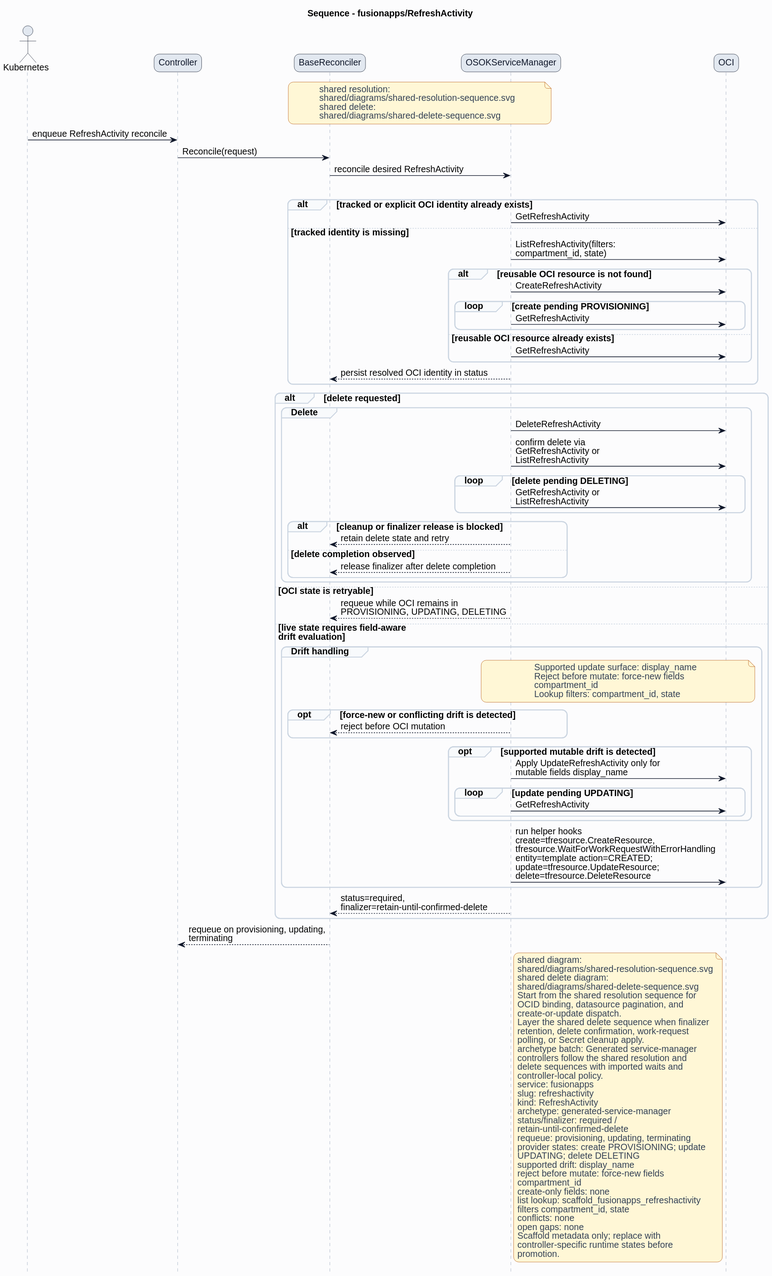
Before: formal/controllers/fusionapps/refreshactivity/diagrams/sequence.svg, a diagram exported from PlantUML (HaoyL666/oci-service-operator).
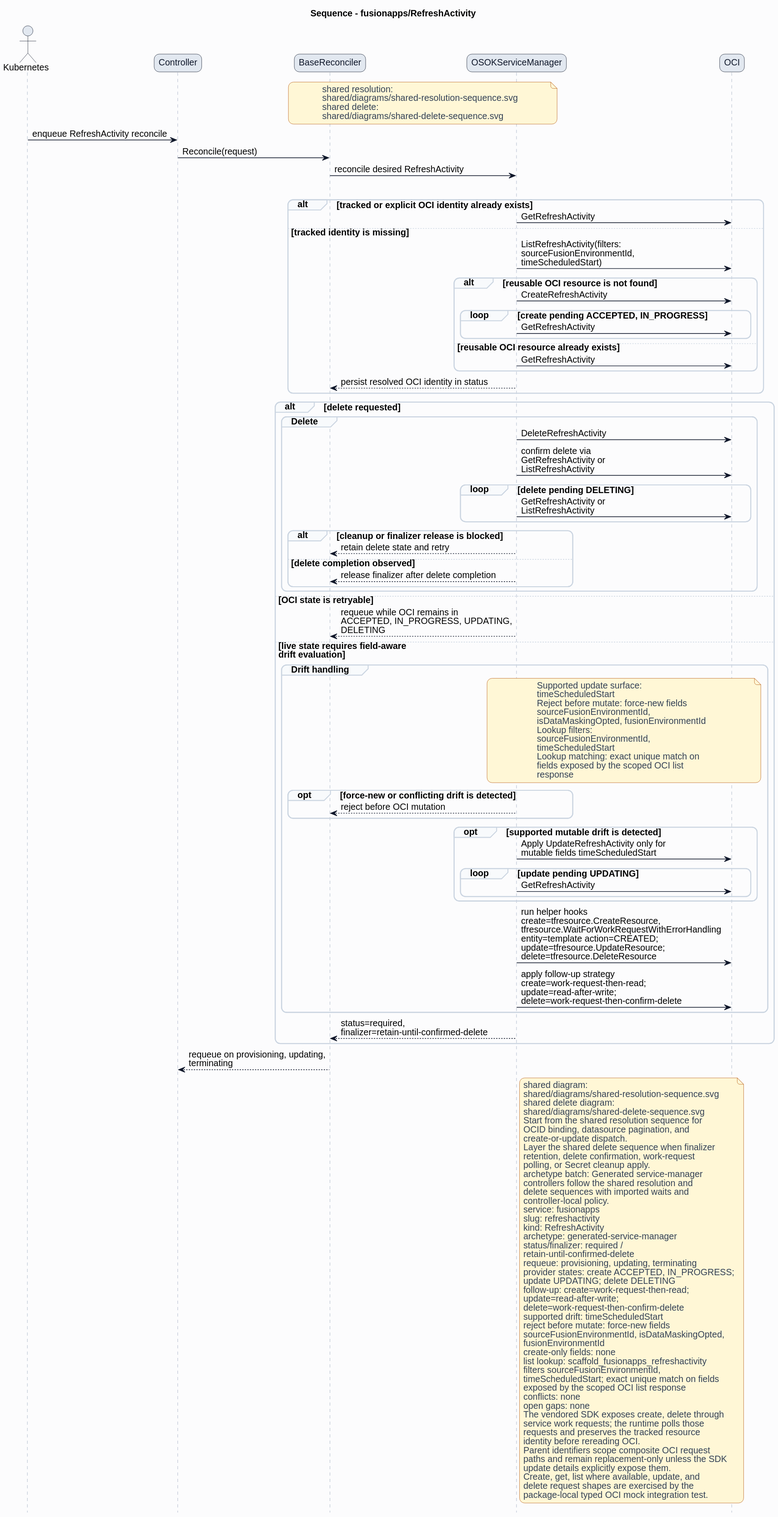
Later version of the same file.

Diff of the diagram source:
```diff
@@ -38,10 +38,10 @@
 alt tracked or explicit OCI identity already exists
 ServiceManager -> OCI: GetRefreshActivity
 else tracked identity is missing
-ServiceManager -> OCI: ListRefreshActivity(filters:\ncompartment_id, state)
+ServiceManager -> OCI: ListRefreshActivity(filters:\nsourceFusionEnvironmentId,\ntimeScheduledStart)
 alt reusable OCI resource is not found
 ServiceManager -> OCI: CreateRefreshActivity
-loop create pending PROVISIONING
+loop create pending ACCEPTED, IN_PROGRESS
 ServiceManager -> OCI: GetRefreshActivity
 end
 else reusable OCI resource already exists
@@ -63,25 +63,33 @@
 end
 end
 else OCI state is retryable
-ServiceManager --> BaseReconciler: requeue while OCI remains in\nPROVISIONING, UPDATING, DELETING
+ServiceManager --> BaseReconciler: requeue while OCI remains in\nACCEPTED, IN_PROGRESS, UPDATING,\nDELETING
 else live state requires field-aware\ndrift evaluation
 group Drift handling
 note over ServiceManager,OCI
-Supported update surface: display_name
+Supported update surface:
+timeScheduledStart
 Reject before mutate: force-new fields
-compartment_id
-Lookup filters: compartment_id, state
+sourceFusionEnvironmentId,
+isDataMaskingOpted, fusionEnvironmentId
+Lookup filters:
+sourceFusionEnvironmentId,
+timeScheduledStart
+Lookup matching: exact unique match on
+fields exposed by the scoped OCI list
+response
 end note
 opt force-new or conflicting drift is detected
 ServiceManager --> BaseReconciler: reject before OCI mutation
 end
 opt supported mutable drift is detected
-ServiceManager -> OCI: Apply UpdateRefreshActivity only for\nmutable fields display_name
+ServiceManager -> OCI: Apply UpdateRefreshActivity only for\nmutable fields timeScheduledStart
 loop update pending UPDATING
 ServiceManager -> OCI: GetRefreshActivity
 end
 end
 ServiceManager -> OCI: run helper hooks\ncreate=tfresource.CreateResource,\ntfresource.WaitForWorkRequestWithErrorHandling\nentity=template action=CREATED;\nupdate=tfresource.UpdateResource;\ndelete=tfresource.DeleteResource
+ServiceManager -> OCI: apply follow-up strategy\ncreate=work-request-then-read;\nupdate=read-after-write;\ndelete=work-request-then-confirm-delete
 end
 ServiceManager --> BaseReconciler: status=required,\nfinalizer=retain-until-confirmed-delete
 end
@@ -108,18 +116,31 @@
 status/finalizer: required /
 retain-until-confirmed-delete
 requeue: provisioning, updating, terminating
-provider states: create PROVISIONING; update
-UPDATING; delete DELETING
-supported drift: display_name
+provider states: create ACCEPTED, IN_PROGRESS;
+update UPDATING; delete DELETING
+follow-up: create=work-request-then-read;
+update=read-after-write;
+delete=work-request-then-confirm-delete
+supported drift: timeScheduledStart
 reject before mutate: force-new fields
-compartment_id
+sourceFusionEnvironmentId, isDataMaskingOpted,
+fusionEnvironmentId
 create-only fields: none
 list lookup: scaffold_fusionapps_refreshactivity
-filters compartment_id, state
+filters sourceFusionEnvironmentId,
+timeScheduledStart; exact unique match on fields
+exposed by the scoped OCI list response
 conflicts: none
 open gaps: none
-Scaffold metadata only; replace with
-controller-specific runtime states before
-promotion.
+The vendored SDK exposes create, delete through
+service work requests; the runtime polls those
+requests and preserves the tracked resource
+identity before rereading OCI.
+Parent identifiers scope composite OCI request
+paths and remain replacement-only unless the SDK
+update details explicitly expose them.
+Create, get, list where available, update, and
+delete request shapes are exercised by the
+package-local typed OCI mock integration test.
 end note
 @enduml
```
